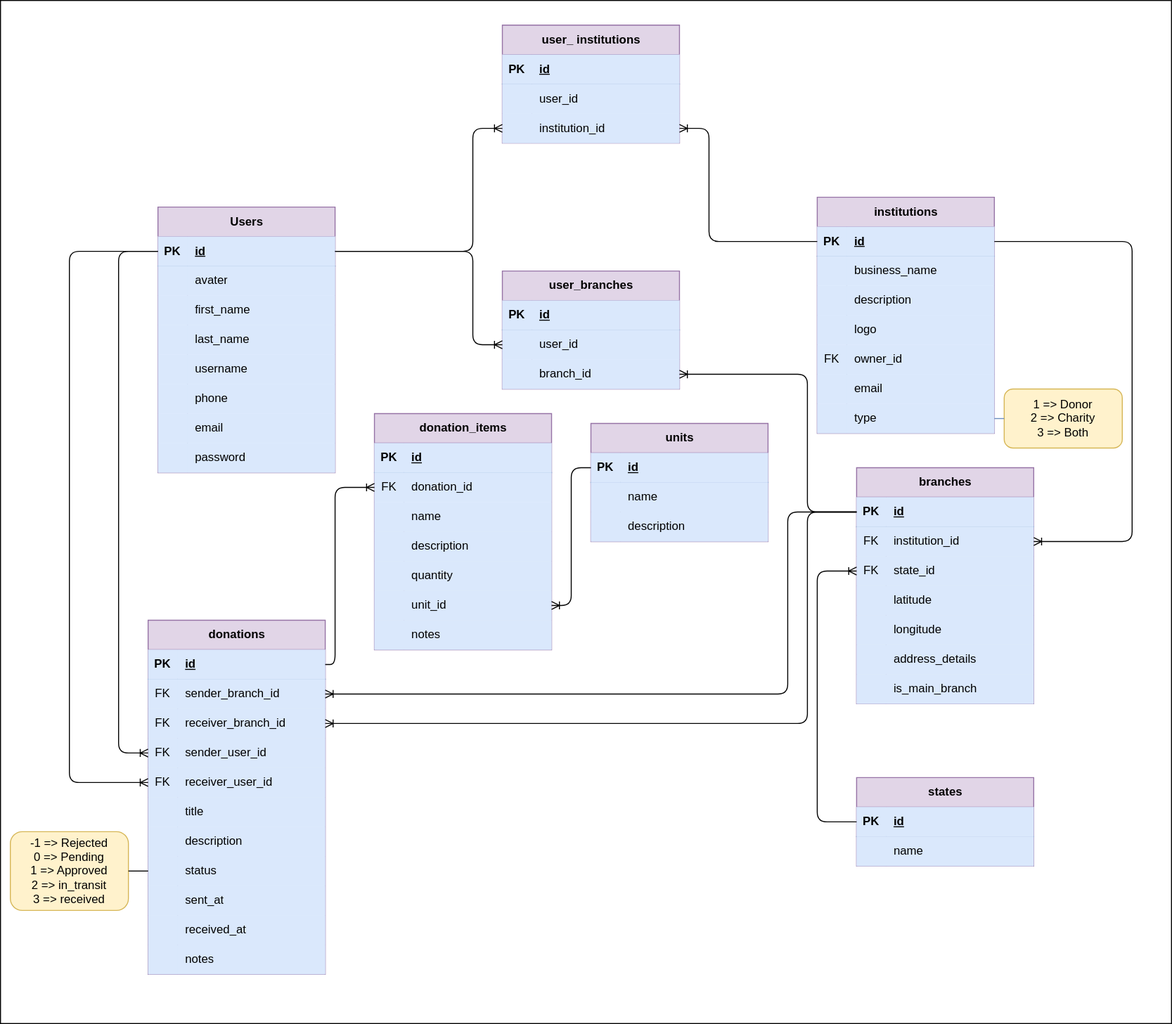
Above: erd.drawio.svg in eng-mhd-ammar/Koun-Back-End (draw.io), before the change. Source tidied: cells renumbered, new cells last; positions are measured from the earlier drawing's top-left corner, leaving out a move shared by most shapes.
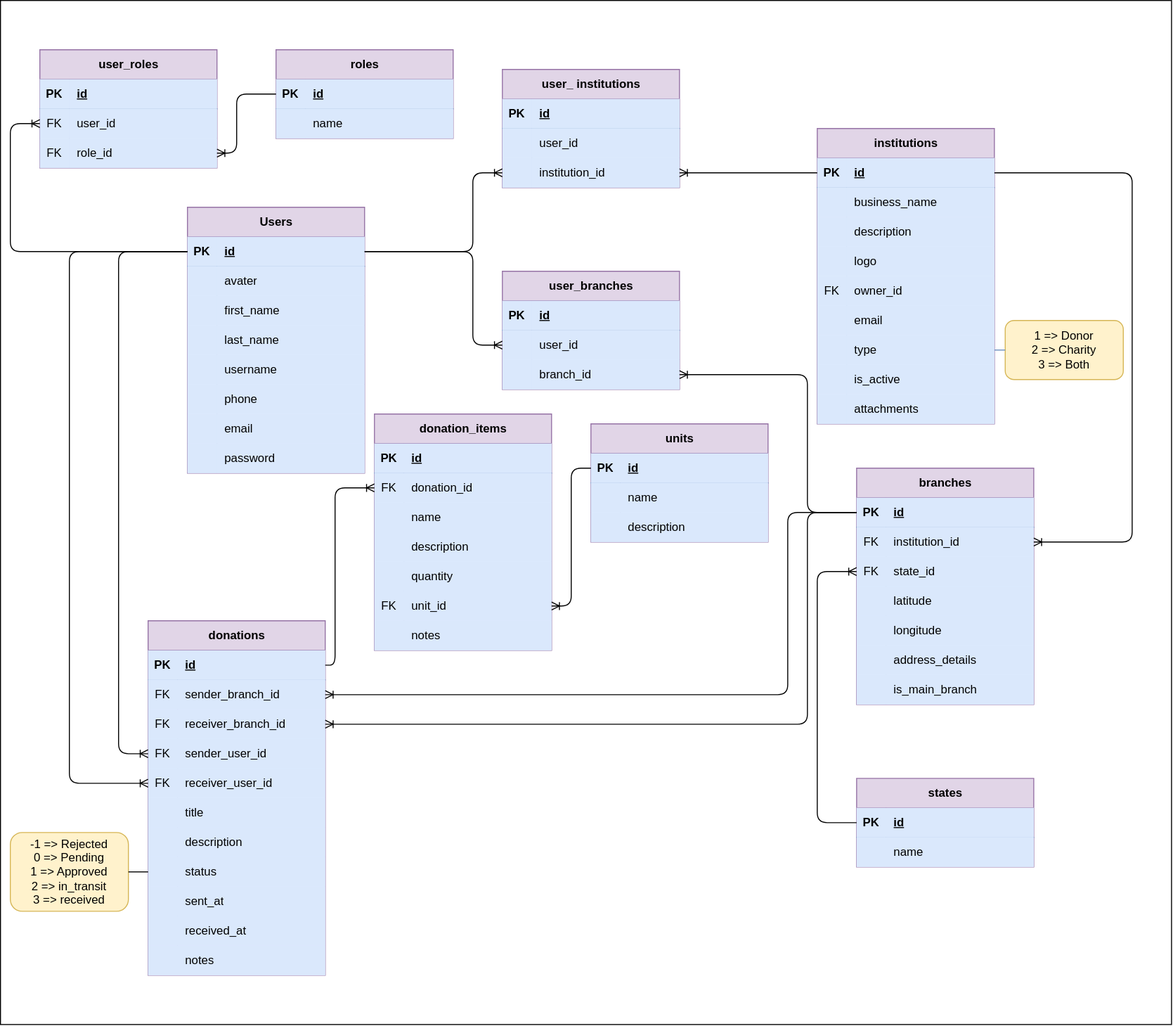
Above is the later version.

The edit, as a diff of the source:
```diff
@@ -6,7 +6,7 @@
       <mxGeometry width="1190" height="1040" as="geometry" />
     </mxCell>
     <mxCell id="3" value="Users" style="shape=table;startSize=30;rowLines=0;fontStyle=1;align=center;html=1;fillColor=#e1d5e7;strokeColor=#9673a6;" parent="1" vertex="1">
-      <mxGeometry x="160" y="210" width="180" height="270" as="geometry" />
+      <mxGeometry x="190" y="210" width="180" height="270" as="geometry" />
     </mxCell>
     <mxCell id="4" style="shape=tableRow;horizontal=0;startSize=0;swimlaneHead=0;swimlaneBody=0;fillColor=#dae8fc;points=[[0,0.5],[1,0.5]];portConstraint=eastwest;top=0;left=0;right=0;bottom=1;strokeColor=#6c8ebf;" parent="3" vertex="1">
       <mxGeometry y="30" width="180" height="30" as="geometry" />
@@ -81,7 +81,7 @@
       <mxGeometry x="30" width="150" height="30" as="geometry" />
     </mxCell>
     <mxCell id="28" value="institutions" style="shape=table;startSize=30;rowLines=0;fontStyle=1;align=center;html=1;fillColor=#e1d5e7;strokeColor=#9673a6;" parent="1" vertex="1">
-      <mxGeometry x="830" y="200" width="180" height="240" as="geometry" />
+      <mxGeometry x="830" y="130" width="180" height="300" as="geometry" />
     </mxCell>
     <mxCell id="29" style="shape=tableRow;horizontal=0;startSize=0;swimlaneHead=0;swimlaneBody=0;fillColor=#dae8fc;points=[[0,0.5],[1,0.5]];portConstraint=eastwest;top=0;left=0;right=0;bottom=1;strokeColor=#6c8ebf;" parent="28" vertex="1">
       <mxGeometry y="30" width="180" height="30" as="geometry" />
@@ -137,15 +137,33 @@
     <mxCell id="46" value="email" style="shape=partialRectangle;fillColor=#dae8fc;top=0;left=0;bottom=0;right=0;align=left;spacingLeft=6;overflow=hidden;whiteSpace=wrap;html=1;strokeColor=#6c8ebf;" parent="44" vertex="1">
       <mxGeometry x="30" width="150" height="30" as="geometry" />
     </mxCell>
+    <mxCell id="181" style="shape=tableRow;horizontal=0;startSize=0;swimlaneHead=0;swimlaneBody=0;fillColor=#dae8fc;points=[[0,0.5],[1,0.5]];portConstraint=eastwest;top=0;left=0;right=0;bottom=0;strokeColor=#6c8ebf;" parent="28" vertex="1">
+      <mxGeometry y="210" width="180" height="30" as="geometry" />
+    </mxCell>
+    <mxCell id="182" style="shape=partialRectangle;fillColor=#dae8fc;top=0;left=0;bottom=0;right=0;overflow=hidden;whiteSpace=wrap;html=1;strokeColor=#6c8ebf;" parent="181" vertex="1">
+      <mxGeometry width="30" height="30" as="geometry" />
+    </mxCell>
+    <mxCell id="183" value="type" style="shape=partialRectangle;fillColor=#dae8fc;top=0;left=0;bottom=0;right=0;align=left;spacingLeft=6;overflow=hidden;whiteSpace=wrap;html=1;strokeColor=#6c8ebf;" parent="181" vertex="1">
+      <mxGeometry x="30" width="150" height="30" as="geometry" />
+    </mxCell>
     <mxCell id="47" style="shape=tableRow;horizontal=0;startSize=0;swimlaneHead=0;swimlaneBody=0;fillColor=#dae8fc;points=[[0,0.5],[1,0.5]];portConstraint=eastwest;top=0;left=0;right=0;bottom=0;strokeColor=#6c8ebf;" parent="28" vertex="1">
-      <mxGeometry y="210" width="180" height="30" as="geometry" />
+      <mxGeometry y="240" width="180" height="30" as="geometry" />
     </mxCell>
     <mxCell id="48" style="shape=partialRectangle;fillColor=#dae8fc;top=0;left=0;bottom=0;right=0;overflow=hidden;whiteSpace=wrap;html=1;strokeColor=#6c8ebf;" parent="47" vertex="1">
       <mxGeometry width="30" height="30" as="geometry" />
     </mxCell>
-    <mxCell id="49" value="type" style="shape=partialRectangle;fillColor=#dae8fc;top=0;left=0;bottom=0;right=0;align=left;spacingLeft=6;overflow=hidden;whiteSpace=wrap;html=1;strokeColor=#6c8ebf;" parent="47" vertex="1">
+    <mxCell id="49" value="is_active" style="shape=partialRectangle;fillColor=#dae8fc;top=0;left=0;bottom=0;right=0;align=left;spacingLeft=6;overflow=hidden;whiteSpace=wrap;html=1;strokeColor=#6c8ebf;" parent="47" vertex="1">
       <mxGeometry x="30" width="150" height="30" as="geometry" />
     </mxCell>
+    <mxCell id="184" style="shape=tableRow;horizontal=0;startSize=0;swimlaneHead=0;swimlaneBody=0;fillColor=#dae8fc;top=0;left=0;right=0;bottom=0;strokeColor=#6c8ebf;" parent="28" vertex="1">
+      <mxGeometry y="270" width="180" height="30" as="geometry" />
+    </mxCell>
+    <mxCell id="185" style="shape=partialRectangle;fillColor=#dae8fc;top=0;left=0;bottom=0;right=0;overflow=hidden;whiteSpace=wrap;html=1;strokeColor=#6c8ebf;" parent="184" vertex="1">
+      <mxGeometry width="30" height="30" as="geometry" />
+    </mxCell>
+    <mxCell id="186" value="attachments" style="shape=partialRectangle;fillColor=#dae8fc;top=0;left=0;bottom=0;right=0;align=left;spacingLeft=6;overflow=hidden;whiteSpace=wrap;html=1;strokeColor=#6c8ebf;" parent="184" vertex="1">
+      <mxGeometry x="30" width="150" height="30" as="geometry" />
+    </mxCell>
     <mxCell id="50" value="branches" style="shape=table;startSize=30;rowLines=0;fontStyle=1;align=center;html=1;fillColor=#e1d5e7;strokeColor=#9673a6;" parent="1" vertex="1">
       <mxGeometry x="870" y="475" width="180" height="240" as="geometry" />
     </mxCell>
@@ -213,9 +231,9 @@
       <mxGeometry x="30" width="150" height="30" as="geometry" />
     </mxCell>
     <mxCell id="72" value="&lt;font style=&quot;color: rgb(0, 0, 0);&quot;&gt;1 =&amp;gt;&amp;nbsp;Donor&lt;/font&gt;&lt;div&gt;&lt;font style=&quot;color: rgb(0, 0, 0);&quot;&gt;2 =&amp;gt;&amp;nbsp;Charity&lt;/font&gt;&lt;/div&gt;&lt;div&gt;&lt;font style=&quot;color: rgb(0, 0, 0);&quot;&gt;3 =&amp;gt; Both&lt;/font&gt;&lt;/div&gt;" style="rounded=1;whiteSpace=wrap;html=1;fillColor=#fff2cc;strokeColor=#d6b656;" parent="1" vertex="1">
-      <mxGeometry x="1020" y="395" width="120" height="60" as="geometry" />
+      <mxGeometry x="1021" y="325" width="120" height="60" as="geometry" />
     </mxCell>
-    <mxCell id="73" style="endArrow=none;html=1;exitX=1;exitY=0.5;exitDx=0;exitDy=0;entryX=0;entryY=0.5;entryDx=0;entryDy=0;fillColor=#dae8fc;strokeColor=#6c8ebf;" parent="1" edge="1" source="47" target="72">
+    <mxCell id="73" style="endArrow=none;html=1;entryX=0;entryY=0.5;entryDx=0;entryDy=0;fillColor=#dae8fc;strokeColor=#6c8ebf;exitX=1;exitY=0.5;exitDx=0;exitDy=0;" parent="1" edge="1" source="181" target="72">
       <mxGeometry relative="1" as="geometry" />
     </mxCell>
     <mxCell id="74" value="states" style="shape=table;startSize=30;rowLines=0;fontStyle=1;align=center;html=1;fillColor=#e1d5e7;strokeColor=#9673a6;" parent="1" vertex="1">
@@ -240,7 +258,7 @@
       <mxGeometry x="30" width="150" height="30" as="geometry" />
     </mxCell>
     <mxCell id="81" value="user_&lt;span style=&quot;color: rgb(0, 0, 0);&quot;&gt;institutions&lt;/span&gt;" style="shape=table;startSize=30;rowLines=0;fontStyle=1;align=center;html=1;fillColor=#e1d5e7;strokeColor=#9673a6;" parent="1" vertex="1">
-      <mxGeometry x="510" y="25" width="180" height="120" as="geometry" />
+      <mxGeometry x="510" y="70" width="180" height="120" as="geometry" />
     </mxCell>
     <mxCell id="82" style="shape=tableRow;horizontal=0;startSize=0;swimlaneHead=0;swimlaneBody=0;fillColor=#dae8fc;top=0;left=0;right=0;bottom=1;strokeColor=#6c8ebf;" parent="81" vertex="1">
       <mxGeometry y="30" width="180" height="30" as="geometry" />
@@ -314,11 +332,7 @@
       </mxGeometry>
     </mxCell>
     <mxCell id="103" style="edgeStyle=elbowEdgeStyle;fontSize=12;html=1;endArrow=ERoneToMany;exitX=0;exitY=0.5;exitDx=0;exitDy=0;entryX=1;entryY=0.5;entryDx=0;entryDy=0;" parent="1" edge="1" source="29" target="88">
-      <mxGeometry relative="1" as="geometry">
-        <Array as="points">
-          <mxPoint x="720" y="220" />
-        </Array>
-      </mxGeometry>
+      <mxGeometry relative="1" as="geometry" />
     </mxCell>
     <mxCell id="104" style="edgeStyle=elbowEdgeStyle;fontSize=12;html=1;endArrow=ERoneToMany;exitX=1;exitY=0.5;exitDx=0;exitDy=0;entryX=0;entryY=0.5;entryDx=0;entryDy=0;" parent="1" edge="1" source="4" target="88">
       <mxGeometry relative="1" as="geometry">
@@ -500,7 +514,7 @@
     <mxCell id="159" style="shape=tableRow;horizontal=0;startSize=0;swimlaneHead=0;swimlaneBody=0;fillColor=#dae8fc;points=[[0,0.5],[1,0.5]];portConstraint=eastwest;top=0;left=0;right=0;bottom=0;strokeColor=#6c8ebf;" parent="143" vertex="1">
       <mxGeometry y="180" width="180" height="30" as="geometry" />
     </mxCell>
-    <mxCell id="160" style="shape=partialRectangle;fillColor=#dae8fc;top=0;left=0;bottom=0;right=0;overflow=hidden;whiteSpace=wrap;html=1;strokeColor=#6c8ebf;" parent="159" vertex="1">
+    <mxCell id="160" value="FK" style="shape=partialRectangle;fillColor=#dae8fc;top=0;left=0;bottom=0;right=0;overflow=hidden;whiteSpace=wrap;html=1;strokeColor=#6c8ebf;" parent="159" vertex="1">
       <mxGeometry width="30" height="30" as="geometry" />
     </mxCell>
     <mxCell id="161" value="unit_id" style="shape=partialRectangle;fillColor=#dae8fc;top=0;left=0;bottom=0;right=0;align=left;spacingLeft=6;overflow=hidden;whiteSpace=wrap;html=1;strokeColor=#6c8ebf;" parent="159" vertex="1">
@@ -587,5 +601,70 @@
         </Array>
       </mxGeometry>
     </mxCell>
+    <mxCell id="187" value="roles" style="shape=table;startSize=30;rowLines=0;fontStyle=1;align=center;html=1;fillColor=#e1d5e7;strokeColor=#9673a6;" parent="1" vertex="1">
+      <mxGeometry x="280" y="50" width="180" height="90" as="geometry" />
+    </mxCell>
+    <mxCell id="188" style="shape=tableRow;horizontal=0;startSize=0;swimlaneHead=0;swimlaneBody=0;fillColor=#dae8fc;points=[[0,0.5],[1,0.5]];portConstraint=eastwest;top=0;left=0;right=0;bottom=1;strokeColor=#6c8ebf;" parent="187" vertex="1">
+      <mxGeometry y="30" width="180" height="30" as="geometry" />
+    </mxCell>
+    <mxCell id="189" value="PK" style="shape=partialRectangle;fillColor=#dae8fc;top=0;left=0;bottom=0;right=0;fontStyle=1;overflow=hidden;whiteSpace=wrap;html=1;strokeColor=#6c8ebf;" parent="188" vertex="1">
+      <mxGeometry width="30" height="30" as="geometry" />
+    </mxCell>
+    <mxCell id="190" value="id" style="shape=partialRectangle;fillColor=#dae8fc;top=0;left=0;bottom=0;right=0;align=left;spacingLeft=6;fontStyle=5;overflow=hidden;whiteSpace=wrap;html=1;strokeColor=#6c8ebf;" parent="188" vertex="1">
+      <mxGeometry x="30" width="150" height="30" as="geometry" />
+    </mxCell>
+    <mxCell id="191" style="shape=tableRow;horizontal=0;startSize=0;swimlaneHead=0;swimlaneBody=0;fillColor=#dae8fc;top=0;left=0;right=0;bottom=0;strokeColor=#6c8ebf;" parent="187" vertex="1">
+      <mxGeometry y="60" width="180" height="30" as="geometry" />
+    </mxCell>
+    <mxCell id="192" style="shape=partialRectangle;fillColor=#dae8fc;top=0;left=0;bottom=0;right=0;overflow=hidden;whiteSpace=wrap;html=1;strokeColor=#6c8ebf;" parent="191" vertex="1">
+      <mxGeometry width="30" height="30" as="geometry" />
+    </mxCell>
+    <mxCell id="193" value="name" style="shape=partialRectangle;fillColor=#dae8fc;top=0;left=0;bottom=0;right=0;align=left;spacingLeft=6;overflow=hidden;whiteSpace=wrap;html=1;strokeColor=#6c8ebf;" parent="191" vertex="1">
+      <mxGeometry x="30" width="150" height="30" as="geometry" />
+    </mxCell>
+    <mxCell id="194" value="user_roles" style="shape=table;startSize=30;rowLines=0;fontStyle=1;align=center;html=1;fillColor=#e1d5e7;strokeColor=#9673a6;" parent="1" vertex="1">
+      <mxGeometry x="40" y="50" width="180" height="120" as="geometry" />
+    </mxCell>
+    <mxCell id="195" style="shape=tableRow;horizontal=0;startSize=0;swimlaneHead=0;swimlaneBody=0;fillColor=#dae8fc;top=0;left=0;right=0;bottom=1;strokeColor=#6c8ebf;" parent="194" vertex="1">
+      <mxGeometry y="30" width="180" height="30" as="geometry" />
+    </mxCell>
+    <mxCell id="196" value="PK" style="shape=partialRectangle;fillColor=#dae8fc;top=0;left=0;bottom=0;right=0;fontStyle=1;overflow=hidden;whiteSpace=wrap;html=1;strokeColor=#6c8ebf;" parent="195" vertex="1">
+      <mxGeometry width="30" height="30" as="geometry" />
+    </mxCell>
+    <mxCell id="197" value="id" style="shape=partialRectangle;fillColor=#dae8fc;top=0;left=0;bottom=0;right=0;align=left;spacingLeft=6;fontStyle=5;overflow=hidden;whiteSpace=wrap;html=1;strokeColor=#6c8ebf;" parent="195" vertex="1">
+      <mxGeometry x="30" width="150" height="30" as="geometry" />
+    </mxCell>
+    <mxCell id="198" style="shape=tableRow;horizontal=0;startSize=0;swimlaneHead=0;swimlaneBody=0;fillColor=#dae8fc;points=[[0,0.5],[1,0.5]];portConstraint=eastwest;top=0;left=0;right=0;bottom=0;strokeColor=#6c8ebf;" parent="194" vertex="1">
+      <mxGeometry y="60" width="180" height="30" as="geometry" />
+    </mxCell>
+    <mxCell id="199" value="FK" style="shape=partialRectangle;fillColor=#dae8fc;top=0;left=0;bottom=0;right=0;overflow=hidden;whiteSpace=wrap;html=1;strokeColor=#6c8ebf;" parent="198" vertex="1">
+      <mxGeometry width="30" height="30" as="geometry" />
+    </mxCell>
+    <mxCell id="200" value="user_id" style="shape=partialRectangle;fillColor=#dae8fc;top=0;left=0;bottom=0;right=0;align=left;spacingLeft=6;overflow=hidden;whiteSpace=wrap;html=1;strokeColor=#6c8ebf;" parent="198" vertex="1">
+      <mxGeometry x="30" width="150" height="30" as="geometry" />
+    </mxCell>
+    <mxCell id="201" style="shape=tableRow;horizontal=0;startSize=0;swimlaneHead=0;swimlaneBody=0;fillColor=#dae8fc;points=[[0,0.5],[1,0.5]];portConstraint=eastwest;top=0;left=0;right=0;bottom=0;strokeColor=#6c8ebf;" parent="194" vertex="1">
+      <mxGeometry y="90" width="180" height="30" as="geometry" />
+    </mxCell>
+    <mxCell id="202" value="FK" style="shape=partialRectangle;fillColor=#dae8fc;top=0;left=0;bottom=0;right=0;overflow=hidden;whiteSpace=wrap;html=1;strokeColor=#6c8ebf;" parent="201" vertex="1">
+      <mxGeometry width="30" height="30" as="geometry" />
+    </mxCell>
+    <mxCell id="203" value="role_id" style="shape=partialRectangle;fillColor=#dae8fc;top=0;left=0;bottom=0;right=0;align=left;spacingLeft=6;overflow=hidden;whiteSpace=wrap;html=1;strokeColor=#6c8ebf;" parent="201" vertex="1">
+      <mxGeometry x="30" width="150" height="30" as="geometry" />
+    </mxCell>
+    <mxCell id="204" style="edgeStyle=elbowEdgeStyle;fontSize=12;html=1;endArrow=ERoneToMany;exitX=0;exitY=0.5;exitDx=0;exitDy=0;entryX=0;entryY=0.5;entryDx=0;entryDy=0;" parent="1" edge="1" source="4" target="198">
+      <mxGeometry relative="1" as="geometry">
+        <Array as="points">
+          <mxPoint x="10" y="200" />
+        </Array>
+      </mxGeometry>
+    </mxCell>
+    <mxCell id="205" style="edgeStyle=elbowEdgeStyle;fontSize=12;html=1;endArrow=ERoneToMany;exitX=0;exitY=0.5;exitDx=0;exitDy=0;entryX=1;entryY=0.5;entryDx=0;entryDy=0;" parent="1" edge="1" source="188" target="201">
+      <mxGeometry relative="1" as="geometry">
+        <Array as="points">
+          <mxPoint x="240" y="120" />
+        </Array>
+      </mxGeometry>
+    </mxCell>
   </root>
 </mxGraphModel>
```
